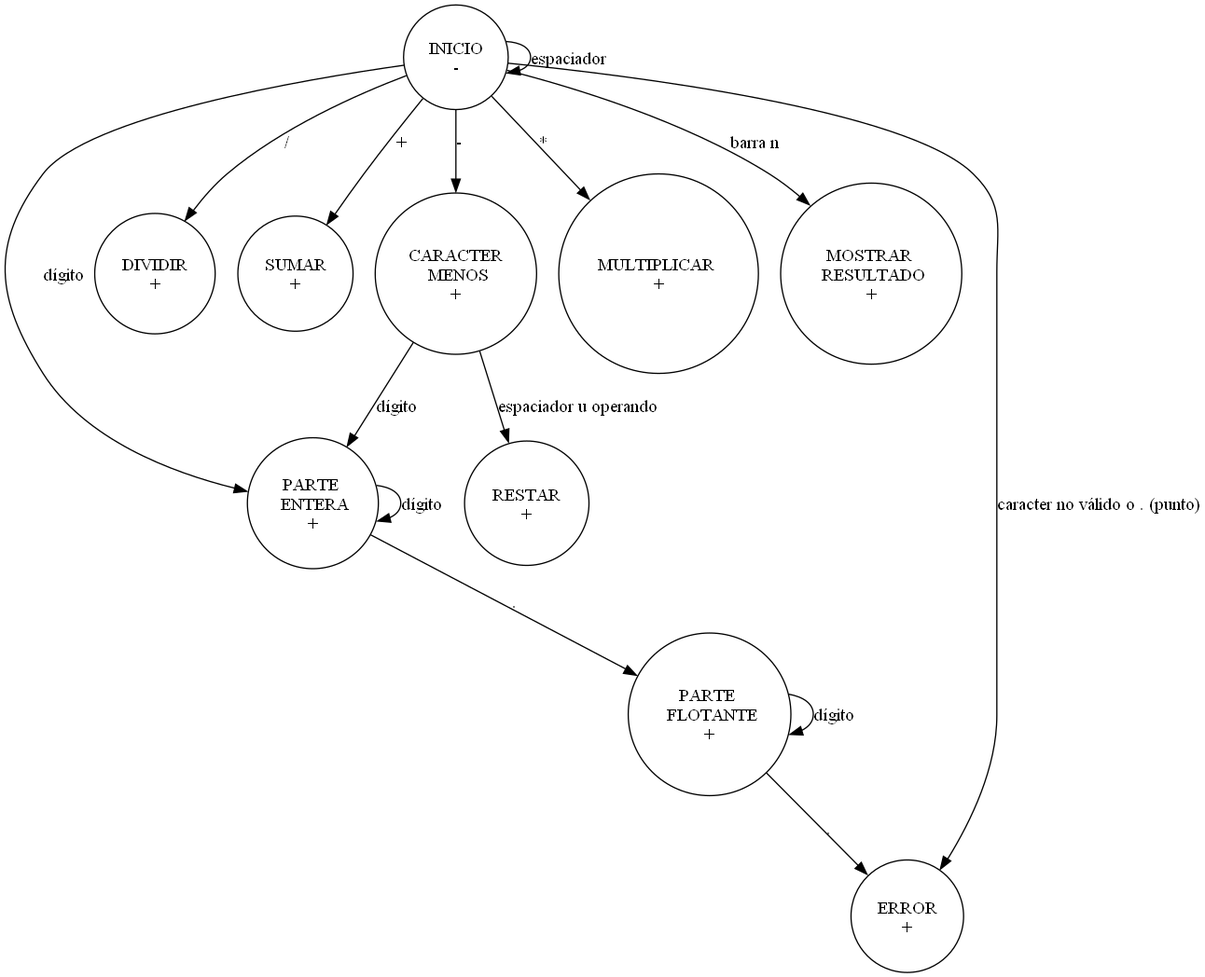
The Graphviz diagram 25-CalculadoraPolaca/Scanner.png in IAristia/SSL, before a commit. Its source is kept beside it as 25-CalculadoraPolaca/scanner.gv.
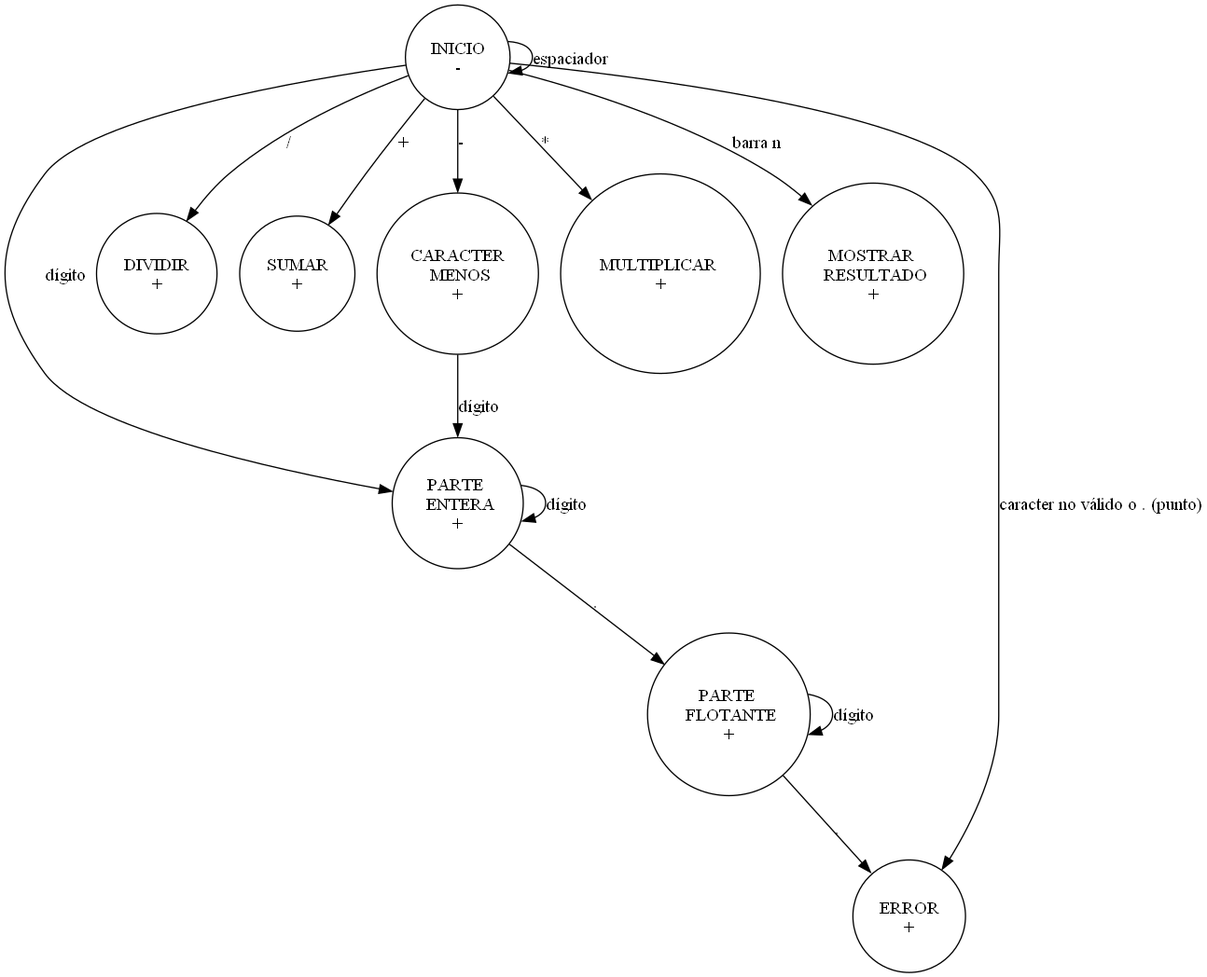
The same diagram one commit later.

Commit message:
Elimino estado restar (innecesario)

Diff of the diagram source:
```diff
@@ -9,7 +9,6 @@
     DIVIDIR [label = "DIVIDIR\n+"];
     SUMAR [label = "SUMAR\n+"];
     CARACTER_MENOS [label = "CARACTER\n MENOS\n+"];
-    RESTAR [label = "RESTAR\n+"];
     MULTIPLICAR [label = "MULTIPLICAR \n+"];
     RESULTADO [label = "MOSTRAR \n RESULTADO\n+"];
     ERROR [label = "ERROR\n+"];
@@ -27,7 +26,7 @@
 
 
     INICIO -> CARACTER_MENOS [label ="-"];
-    CARACTER_MENOS -> RESTAR [label ="espaciador u operando"];
+
     CARACTER_MENOS ->PARTE_ENTERA [label ="dígito"];
 
     INICIO -> DIVIDIR[label = "/"]
```
